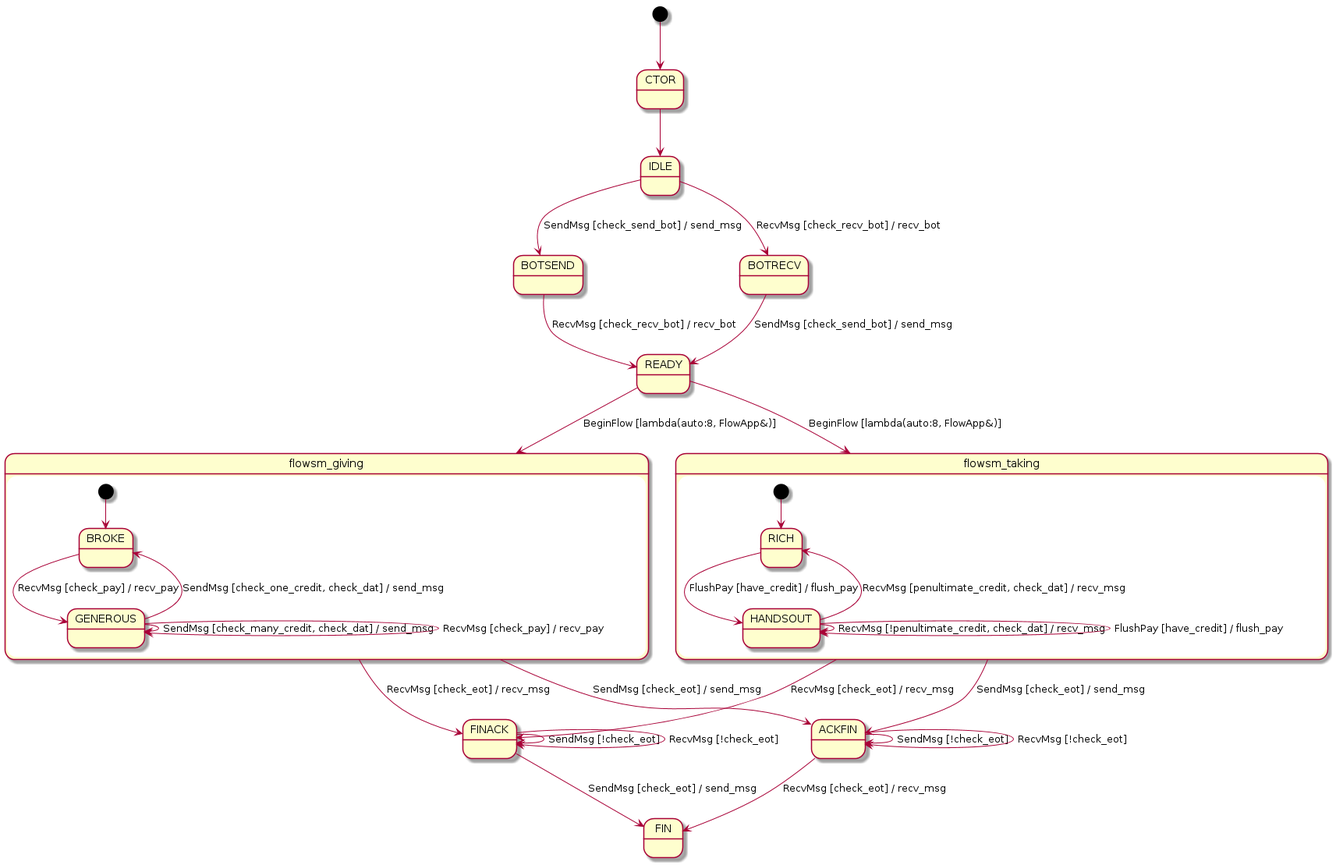
Above: docs/flowsm.png in brettviren/zio (PlantUML), before the change.
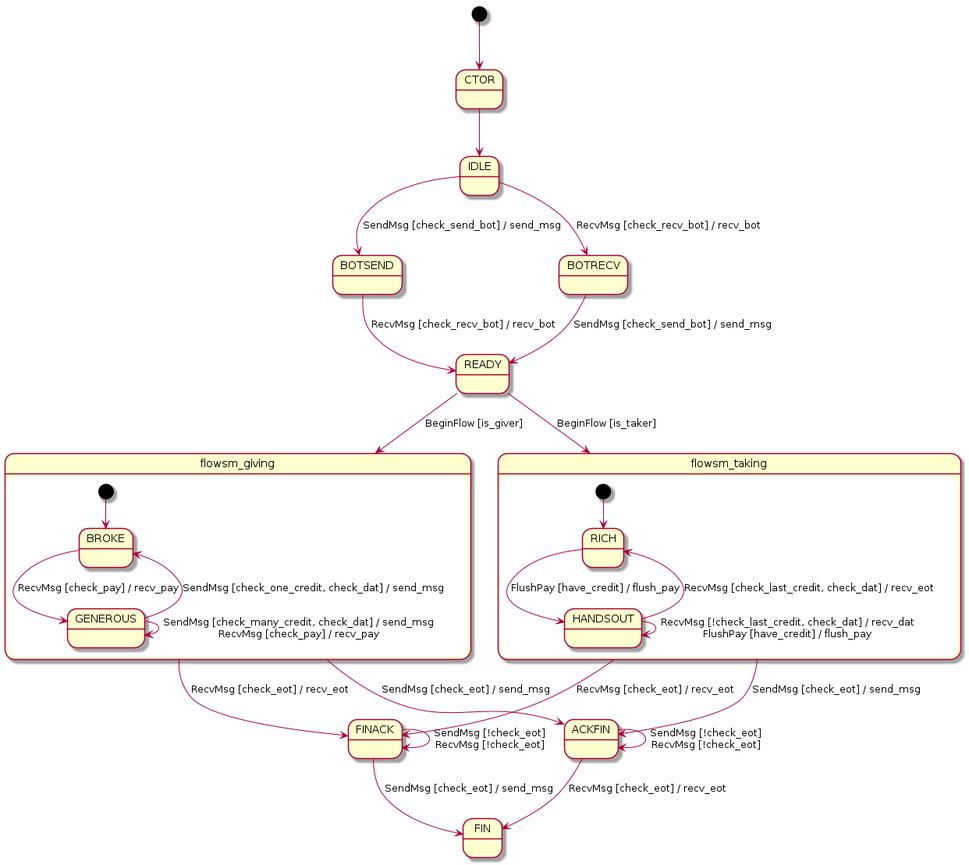
After the commit.

Diff of the diagram source:
```diff
@@ -7,38 +7,34 @@
 BOTSEND --> READY : RecvMsg [check_recv_bot] / recv_bot
 BOTRECV --> READY : SendMsg [check_send_bot] / send_msg
 
-FINACK --> FINACK : SendMsg [!check_eot]
-FINACK --> FINACK : RecvMsg [!check_eot]
+FINACK --> FINACK : SendMsg [!check_eot]\nRecvMsg [!check_eot]
 FINACK --> FIN : SendMsg [check_eot] / send_msg
 
-ACKFIN --> ACKFIN : SendMsg [!check_eot]
-ACKFIN --> ACKFIN : RecvMsg [!check_eot]
-ACKFIN --> FIN : RecvMsg [check_eot] / recv_msg
+ACKFIN --> ACKFIN : SendMsg [!check_eot]\nRecvMsg [!check_eot]
+ACKFIN --> FIN : RecvMsg [check_eot] / recv_eot
 
 
-READY --> flowsm_giving : BeginFlow [lambda(auto:8, FlowApp&)]
-READY --> flowsm_taking : BeginFlow [lambda(auto:8, FlowApp&)]
+READY --> flowsm_giving : BeginFlow [is_giver]
+READY --> flowsm_taking : BeginFlow [is_taker]
 
 
 state flowsm_giving {
 [*] --> BROKE
 BROKE --> GENEROUS : RecvMsg [check_pay] / recv_pay
 GENEROUS --> BROKE : SendMsg [check_one_credit, check_dat] / send_msg
-GENEROUS --> GENEROUS : SendMsg [check_many_credit, check_dat] / send_msg
-GENEROUS --> GENEROUS : RecvMsg [check_pay] / recv_pay
+GENEROUS --> GENEROUS : SendMsg [check_many_credit, check_dat] / send_msg\nRecvMsg [check_pay] / recv_pay
 }
 
 state flowsm_taking {
 [*] --> RICH
 RICH --> HANDSOUT : FlushPay [have_credit] / flush_pay
-HANDSOUT --> RICH : RecvMsg [penultimate_credit, check_dat] / recv_msg
-HANDSOUT --> HANDSOUT : RecvMsg [!penultimate_credit, check_dat] / recv_msg
-HANDSOUT --> HANDSOUT : FlushPay [have_credit] / flush_pay
+HANDSOUT --> RICH : RecvMsg [check_last_credit, check_dat] / recv_eot
+HANDSOUT --> HANDSOUT : RecvMsg [!check_last_credit, check_dat] / recv_dat\nFlushPay [have_credit] / flush_pay
 }
 
 flowsm_giving --> ACKFIN : SendMsg [check_eot] / send_msg
-flowsm_giving --> FINACK : RecvMsg [check_eot] / recv_msg
+flowsm_giving --> FINACK : RecvMsg [check_eot] / recv_eot
 flowsm_taking --> ACKFIN : SendMsg [check_eot] / send_msg
-flowsm_taking --> FINACK : RecvMsg [check_eot] / recv_msg
+flowsm_taking --> FINACK : RecvMsg [check_eot] / recv_eot
 
 @enduml
```
